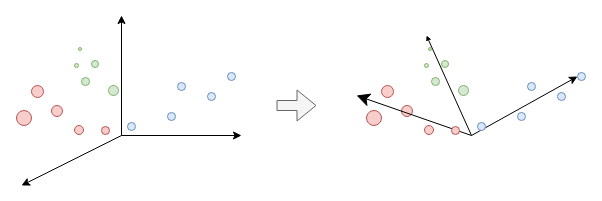
Before: assets/img/posts/2025-09-22-ica/change_of_basis.drawio in hclimente/hclimente.github.io, a draw.io diagram. Source tidied: cells renumbered, new cells numbered last; positions are measured from the earlier drawing's top-left corner, leaving out a move shared by most shapes. Both pictures are drawn from the tidied source at 100%, with x=0, y=0 at pixel (16, 15).
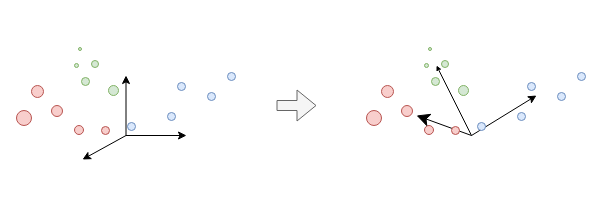
Above is the later version.

The change refers to these unchanged cells:
```xml
<mxCell id="25" style="ellipse;whiteSpace=wrap;html=1;fillColor=#dae8fc;strokeColor=#6c8ebf;" parent="1" vertex="1">
  <mxGeometry x="561" y="57" width="8" height="8" as="geometry" />
</mxCell>
```

Change to the diagram source:
```diff
@@
     <mxCell id="2" style="endArrow=classic;html=1;rounded=0;" parent="1" edge="1">
       <mxGeometry relative="1" as="geometry">
-        <mxPoint x="105" y="120" as="sourcePoint" />
-        <mxPoint x="105" as="targetPoint" />
+        <mxPoint x="109.5" y="120" as="sourcePoint" />
+        <mxPoint x="109.5" y="60" as="targetPoint" />
       </mxGeometry>
     </mxCell>
     <mxCell id="3" style="endArrow=classic;html=1;rounded=0;" parent="1" edge="1">
       <mxGeometry relative="1" as="geometry">
-        <mxPoint x="105" y="120" as="sourcePoint" />
-        <mxPoint x="225" y="120" as="targetPoint" />
+        <mxPoint x="109.5" y="120" as="sourcePoint" />
+        <mxPoint x="170" y="120" as="targetPoint" />
+        <Array as="points">
+          <mxPoint x="154.5" y="120" />
+        </Array>
       </mxGeometry>
     </mxCell>
     <mxCell id="4" style="endArrow=classic;html=1;rounded=0;" parent="1" edge="1">
       <mxGeometry relative="1" as="geometry">
-        <mxPoint x="105" y="120" as="sourcePoint" />
-        <mxPoint x="5" y="170" as="targetPoint" />
+        <mxPoint x="109.5" y="120" as="sourcePoint" />
+        <mxPoint x="66" y="144" as="targetPoint" />
       </mxGeometry>
     </mxCell>
@@
     <mxCell id="20" style="endArrow=classic;html=1;rounded=0;endSize=3;" parent="1" edge="1">
       <mxGeometry relative="1" as="geometry">
         <mxPoint x="455" y="120" as="sourcePoint" />
-        <mxPoint x="410" y="20" as="targetPoint" />
+        <mxPoint x="420" y="50" as="targetPoint" />
       </mxGeometry>
     </mxCell>
@@
     <mxCell id="34" style="endArrow=classic;html=1;rounded=0;endSize=11;" parent="1" edge="1">
       <mxGeometry relative="1" as="geometry">
         <mxPoint x="455" y="120" as="sourcePoint" />
-        <mxPoint x="340" y="80" as="targetPoint" />
+        <mxPoint x="400" y="100" as="targetPoint" />
       </mxGeometry>
     </mxCell>
-    <mxCell id="35" style="endArrow=classic;html=1;rounded=0;entryX=0;entryY=0.5;entryDx=0;entryDy=0;" parent="1" edge="1" target="25">
+    <mxCell id="35" style="endArrow=classic;html=1;rounded=0;" parent="1" edge="1">
       <mxGeometry relative="1" as="geometry">
         <mxPoint x="455" y="120" as="sourcePoint" />
+        <mxPoint x="520" y="80" as="targetPoint" />
       </mxGeometry>
     </mxCell>
```
